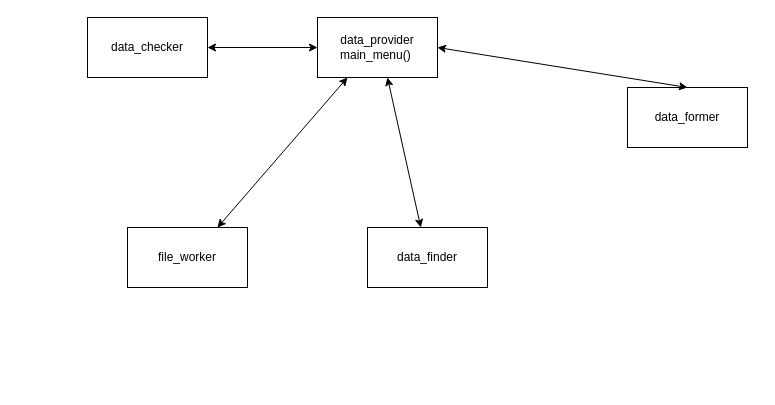
The draw.io diagram plan_phonebook.drawio in GeekDimS/Phonebook, before the edit. Source tidied: cells renumbered, new cells numbered last; positions are measured from the earlier drawing's top-left corner, leaving out a move shared by most shapes. Both pictures are drawn from the tidied source at 100%, with x=0, y=0 at pixel (87, 17).
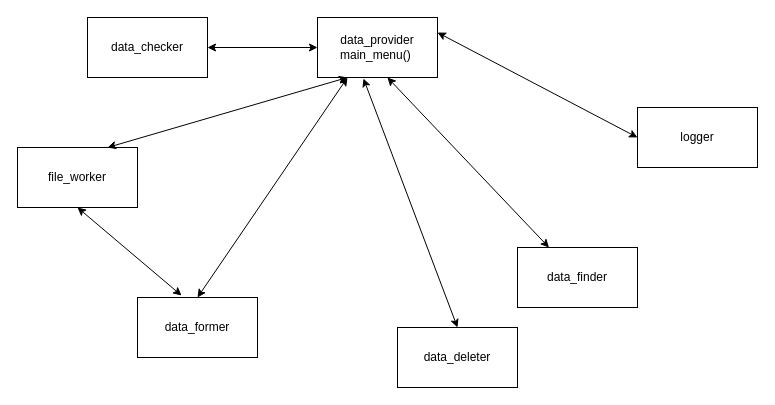
Above is the later version.

Commit message (it also covers changes not shown here):
data_deleter, import functions were added. some bags were fixed.

Change to the diagram source:
```diff
@@
 <mxGraphModel>
   <root>
     <mxCell id="0" />
     <mxCell id="1" parent="0" />
     <mxCell id="2" value="data_provider&lt;br&gt;main_menu()&amp;nbsp;" style="rounded=0;whiteSpace=wrap;html=1;" parent="1" vertex="1">
       <mxGeometry x="230" width="120" height="60" as="geometry" />
     </mxCell>
     <mxCell id="3" value="file_worker" style="rounded=0;whiteSpace=wrap;html=1;" parent="1" vertex="1">
-      <mxGeometry x="40" y="210" width="120" height="60" as="geometry" />
+      <mxGeometry x="-70" y="130" width="120" height="60" as="geometry" />
     </mxCell>
     <mxCell id="4" value="data_finder" style="rounded=0;whiteSpace=wrap;html=1;" parent="1" vertex="1">
-      <mxGeometry x="280" y="210" width="120" height="60" as="geometry" />
+      <mxGeometry x="430" y="230" width="120" height="60" as="geometry" />
     </mxCell>
     <mxCell id="5" value="data_checker" style="rounded=0;whiteSpace=wrap;html=1;" parent="1" vertex="1">
       <mxGeometry width="120" height="60" as="geometry" />
     </mxCell>
     <mxCell id="6" value="data_former" style="rounded=0;whiteSpace=wrap;html=1;" parent="1" vertex="1">
-      <mxGeometry x="540" y="70" width="120" height="60" as="geometry" />
+      <mxGeometry x="50" y="280" width="120" height="60" as="geometry" />
     </mxCell>
     <mxCell id="7" style="endArrow=classic;startArrow=classic;html=1;entryX=0;entryY=0.5;entryDx=0;entryDy=0;exitX=1;exitY=0.5;exitDx=0;exitDy=0;" parent="1" edge="1" source="5" target="2">
       <mxGeometry relative="1" as="geometry" />
     </mxCell>
     <mxCell id="8" style="endArrow=classic;startArrow=classic;html=1;entryX=0.25;entryY=1;entryDx=0;entryDy=0;exitX=0.75;exitY=0;exitDx=0;exitDy=0;" parent="1" edge="1" source="3" target="2">
       <mxGeometry relative="1" as="geometry" />
     </mxCell>
     <mxCell id="9" style="endArrow=classic;startArrow=classic;html=1;entryX=0.583;entryY=1;entryDx=0;entryDy=0;entryPerimeter=0;" parent="1" edge="1" source="4" target="2">
       <mxGeometry relative="1" as="geometry" />
     </mxCell>
-    <mxCell id="10" style="endArrow=classic;startArrow=classic;html=1;entryX=1;entryY=0.5;entryDx=0;entryDy=0;exitX=0.5;exitY=0;exitDx=0;exitDy=0;" parent="1" edge="1" source="6" target="2">
+    <mxCell id="10" style="endArrow=classic;startArrow=classic;html=1;entryX=0.25;entryY=1;entryDx=0;entryDy=0;exitX=0.5;exitY=0;exitDx=0;exitDy=0;" parent="1" edge="1" source="6" target="2">
       <mxGeometry relative="1" as="geometry" />
     </mxCell>
+    <mxCell id="11" value="logger" style="rounded=0;whiteSpace=wrap;html=1;" parent="1" vertex="1">
+      <mxGeometry x="550" y="90" width="120" height="60" as="geometry" />
+    </mxCell>
+    <mxCell id="12" style="endArrow=classic;startArrow=classic;html=1;exitX=1;exitY=0.25;exitDx=0;exitDy=0;entryX=0;entryY=0.5;entryDx=0;entryDy=0;" parent="1" edge="1" source="2" target="11">
+      <mxGeometry relative="1" as="geometry" />
+    </mxCell>
+    <mxCell id="13" value="data_deleter" style="rounded=0;whiteSpace=wrap;html=1;" parent="1" vertex="1">
+      <mxGeometry x="310" y="310" width="120" height="60" as="geometry" />
+    </mxCell>
+    <mxCell id="14" style="endArrow=classic;startArrow=classic;html=1;exitX=0.5;exitY=0;exitDx=0;exitDy=0;entryX=0.383;entryY=1.017;entryDx=0;entryDy=0;entryPerimeter=0;" parent="1" edge="1" source="13" target="2">
+      <mxGeometry relative="1" as="geometry" />
+    </mxCell>
+    <mxCell id="15" style="endArrow=classic;startArrow=classic;html=1;exitX=0.367;exitY=-0.033;exitDx=0;exitDy=0;exitPerimeter=0;entryX=0.5;entryY=1;entryDx=0;entryDy=0;" parent="1" edge="1" source="6" target="3">
+      <mxGeometry relative="1" as="geometry" />
+    </mxCell>
   </root>
 </mxGraphModel>
```
